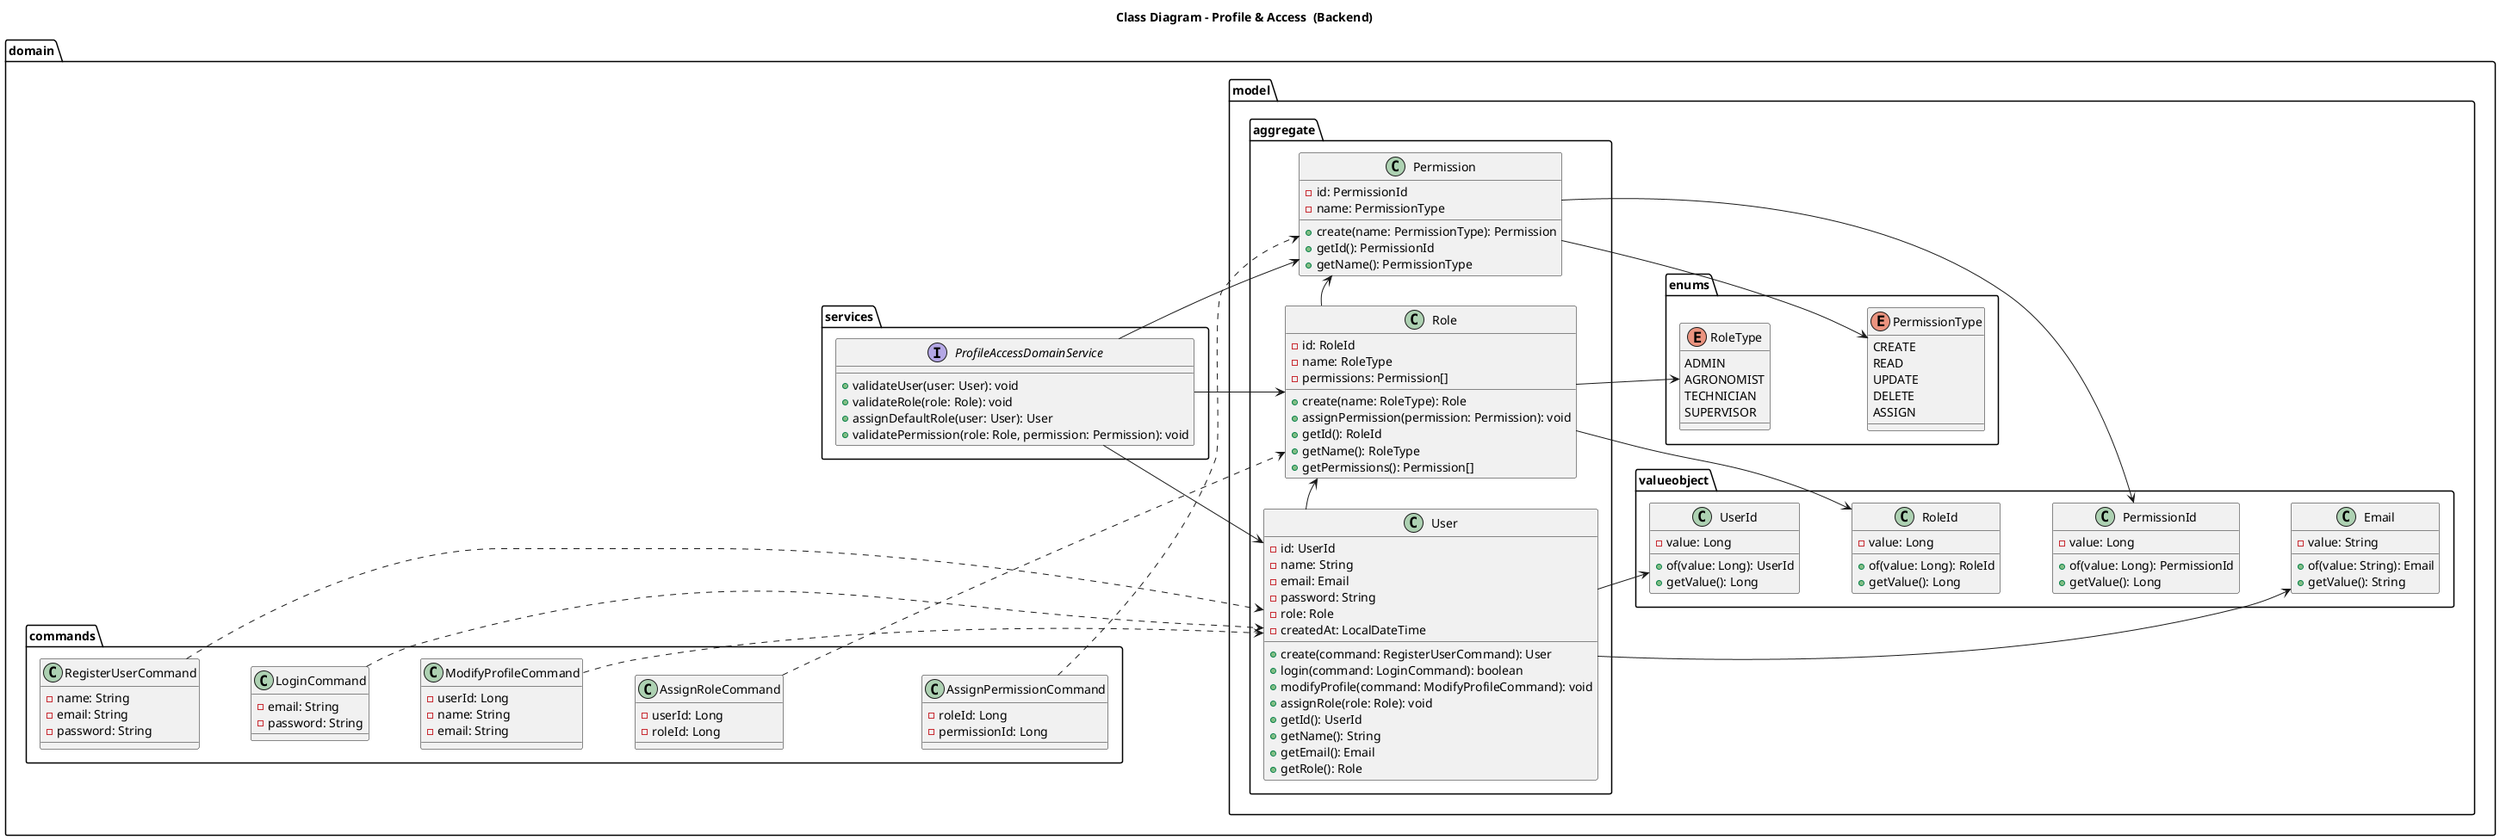
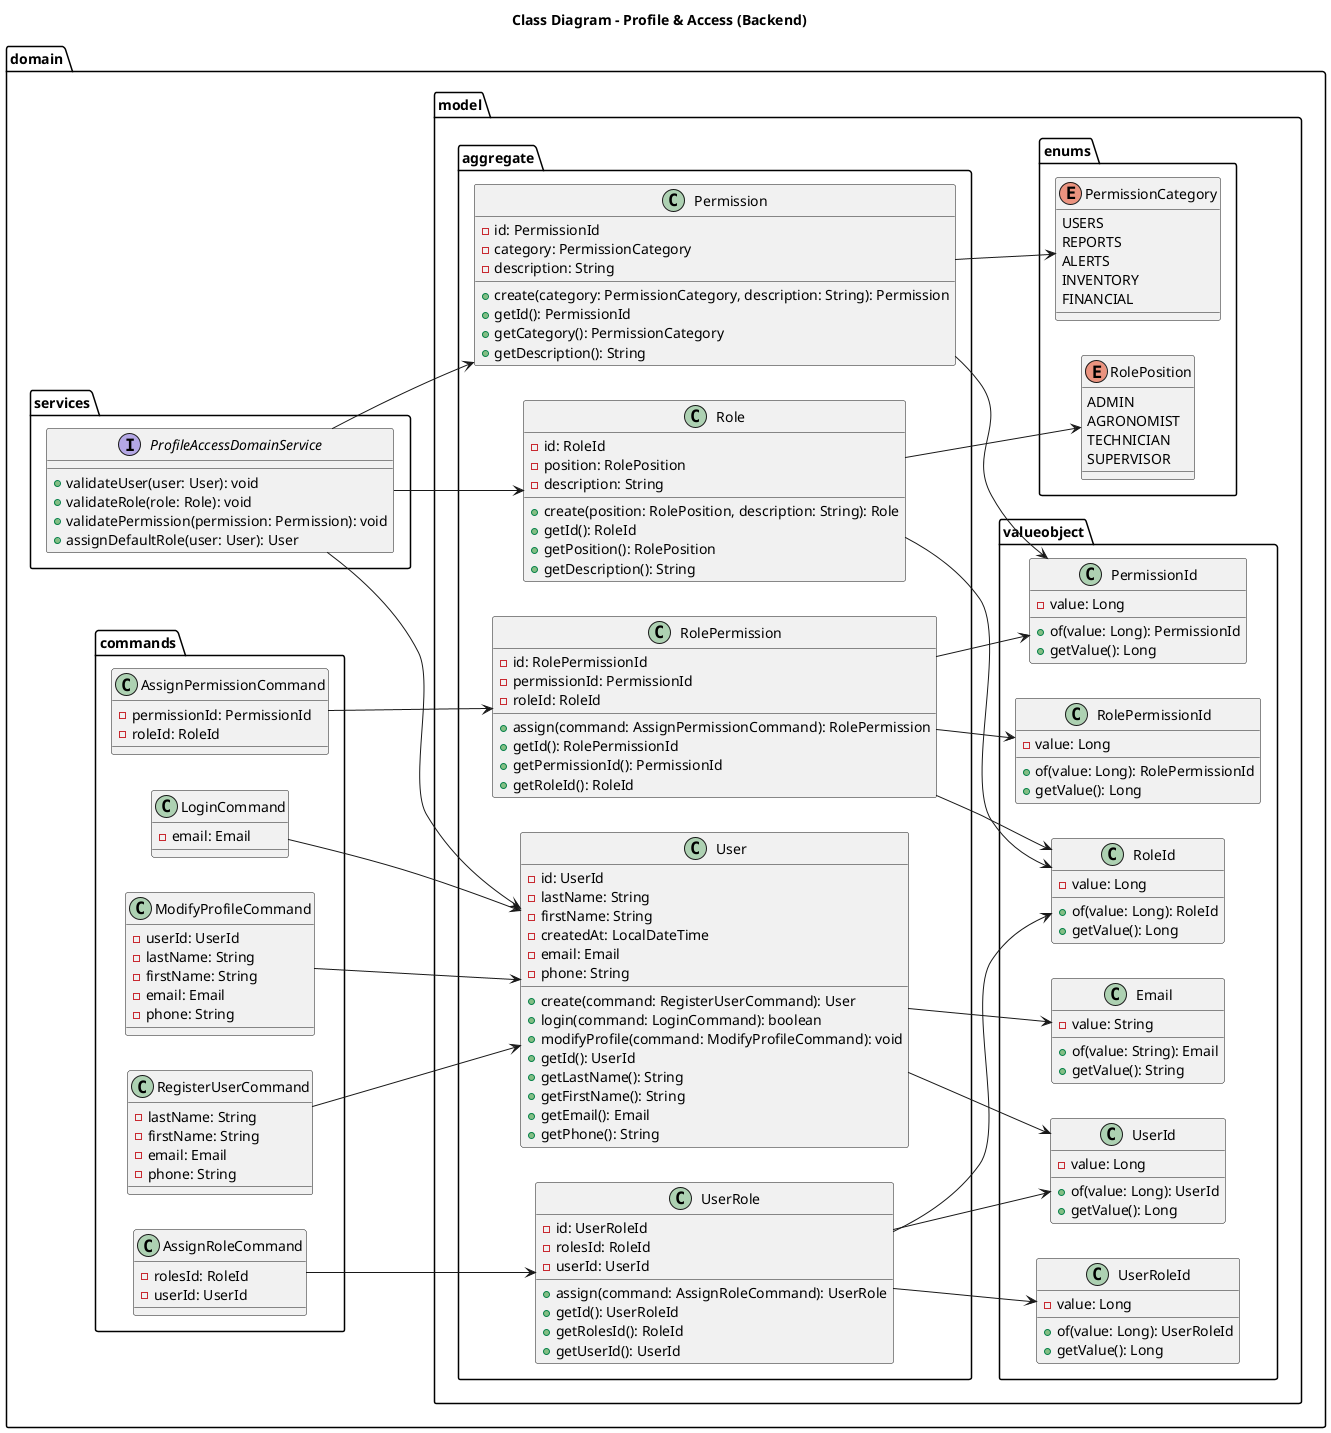
@startuml

left to right direction

- title Class Diagram - Profile & Access  (Backend)
+ title Class Diagram - Profile & Access (Backend)

package "domain" {

  package "services" {
    interface ProfileAccessDomainService {
      +validateUser(user: User): void
      +validateRole(role: Role): void
+       +validatePermission(permission: Permission): void
      +assignDefaultRole(user: User): User
-       +validatePermission(role: Role, permission: Permission): void
    }
  }

  package "model" {

    package "aggregate" {
      class User {
        -id: UserId
-         -name: String
+         -lastName: String
+         -firstName: String
+         -createdAt: LocalDateTime
        -email: Email
-         -password: String
-         -role: Role
-         -createdAt: LocalDateTime
+         -phone: String

        +create(command: RegisterUserCommand): User
        +login(command: LoginCommand): boolean
        +modifyProfile(command: ModifyProfileCommand): void
-         +assignRole(role: Role): void
        +getId(): UserId
-         +getName(): String
+         +getLastName(): String
+         +getFirstName(): String
        +getEmail(): Email
-         +getRole(): Role
+         +getPhone(): String
      }

      class Role {
        -id: RoleId
-         -name: RoleType
-         -permissions: Permission[]
+         -position: RolePosition
+         -description: String

-         +create(name: RoleType): Role
-         +assignPermission(permission: Permission): void
+         +create(position: RolePosition, description: String): Role
        +getId(): RoleId
-         +getName(): RoleType
-         +getPermissions(): Permission[]
+         +getPosition(): RolePosition
+         +getDescription(): String
      }

      class Permission {
        -id: PermissionId
-         -name: PermissionType
+         -category: PermissionCategory
+         -description: String

-         +create(name: PermissionType): Permission
+         +create(category: PermissionCategory, description: String): Permission
        +getId(): PermissionId
-         +getName(): PermissionType
+         +getCategory(): PermissionCategory
+         +getDescription(): String
      }

-       User -[hidden]right- Role
-       Role -[hidden]right- Permission
+       class UserRole {
+         -id: UserRoleId
+         -rolesId: RoleId
+         -userId: UserId
+ 
+         +assign(command: AssignRoleCommand): UserRole
+         +getId(): UserRoleId
+         +getRolesId(): RoleId
+         +getUserId(): UserId
+       }
+ 
+       class RolePermission {
+         -id: RolePermissionId
+         -permissionId: PermissionId
+         -roleId: RoleId
+ 
+         +assign(command: AssignPermissionCommand): RolePermission
+         +getId(): RolePermissionId
+         +getPermissionId(): PermissionId
+         +getRoleId(): RoleId
+       }
    }

    package "enums" {
-       enum RoleType {
+       enum RolePosition {
        ADMIN
        AGRONOMIST
        TECHNICIAN
        SUPERVISOR
      }

-       enum PermissionType {
-         CREATE
-         READ
-         UPDATE
-         DELETE
-         ASSIGN
+       enum PermissionCategory {
+         USERS
+         REPORTS
+         ALERTS
+         INVENTORY
+         FINANCIAL
      }
- 
-       RoleType -[hidden]down- PermissionType
    }

    package "valueobject" {
      class UserId {
        -value: Long
        +of(value: Long): UserId
        +getValue(): Long
      }

      class RoleId {
        -value: Long
        +of(value: Long): RoleId
        +getValue(): Long
      }

      class PermissionId {
        -value: Long
        +of(value: Long): PermissionId
        +getValue(): Long
      }

+       class UserRoleId {
+         -value: Long
+         +of(value: Long): UserRoleId
+         +getValue(): Long
+       }
+ 
+       class RolePermissionId {
+         -value: Long
+         +of(value: Long): RolePermissionId
+         +getValue(): Long
+       }
+ 
      class Email {
        -value: String
        +of(value: String): Email
        +getValue(): String
      }
- 
-       UserId -[hidden]down- RoleId
-       RoleId -[hidden]down- PermissionId
-       PermissionId -[hidden]down- Email
    }
  }

  package "commands" {
    class RegisterUserCommand {
-       -name: String
-       -email: String
-       -password: String
+       -lastName: String
+       -firstName: String
+       -email: Email
+       -phone: String
    }

    class LoginCommand {
-       -email: String
-       -password: String
+       -email: Email
    }

    class ModifyProfileCommand {
-       -userId: Long
-       -name: String
-       -email: String
+       -userId: UserId
+       -lastName: String
+       -firstName: String
+       -email: Email
+       -phone: String
    }

    class AssignRoleCommand {
-       -userId: Long
-       -roleId: Long
+       -rolesId: RoleId
+       -userId: UserId
    }

    class AssignPermissionCommand {
-       -roleId: Long
-       -permissionId: Long
+       -permissionId: PermissionId
+       -roleId: RoleId
    }
- 
-     RegisterUserCommand -[hidden]down- LoginCommand
-     LoginCommand -[hidden]down- ModifyProfileCommand
-     ModifyProfileCommand -[hidden]down- AssignRoleCommand
-     AssignRoleCommand -[hidden]down- AssignPermissionCommand
  }
}

ProfileAccessDomainService --> User
ProfileAccessDomainService --> Role
ProfileAccessDomainService --> Permission

User --> UserId
User --> Email
- User --> Role

Role --> RoleId
- Role --> RoleType
- Role --> Permission
+ Role --> RolePosition

Permission --> PermissionId
- Permission --> PermissionType
+ Permission --> PermissionCategory

- RegisterUserCommand ..> User
- LoginCommand ..> User
- ModifyProfileCommand ..> User
- AssignRoleCommand ..> Role
- AssignPermissionCommand ..> Permission
+ UserRole --> UserRoleId
+ UserRole --> RoleId
+ UserRole --> UserId
+ 
+ RolePermission --> RolePermissionId
+ RolePermission --> PermissionId
+ RolePermission --> RoleId
+ 
+ RegisterUserCommand --> User
+ LoginCommand --> User
+ ModifyProfileCommand --> User
+ AssignRoleCommand --> UserRole
+ AssignPermissionCommand --> RolePermission

@enduml